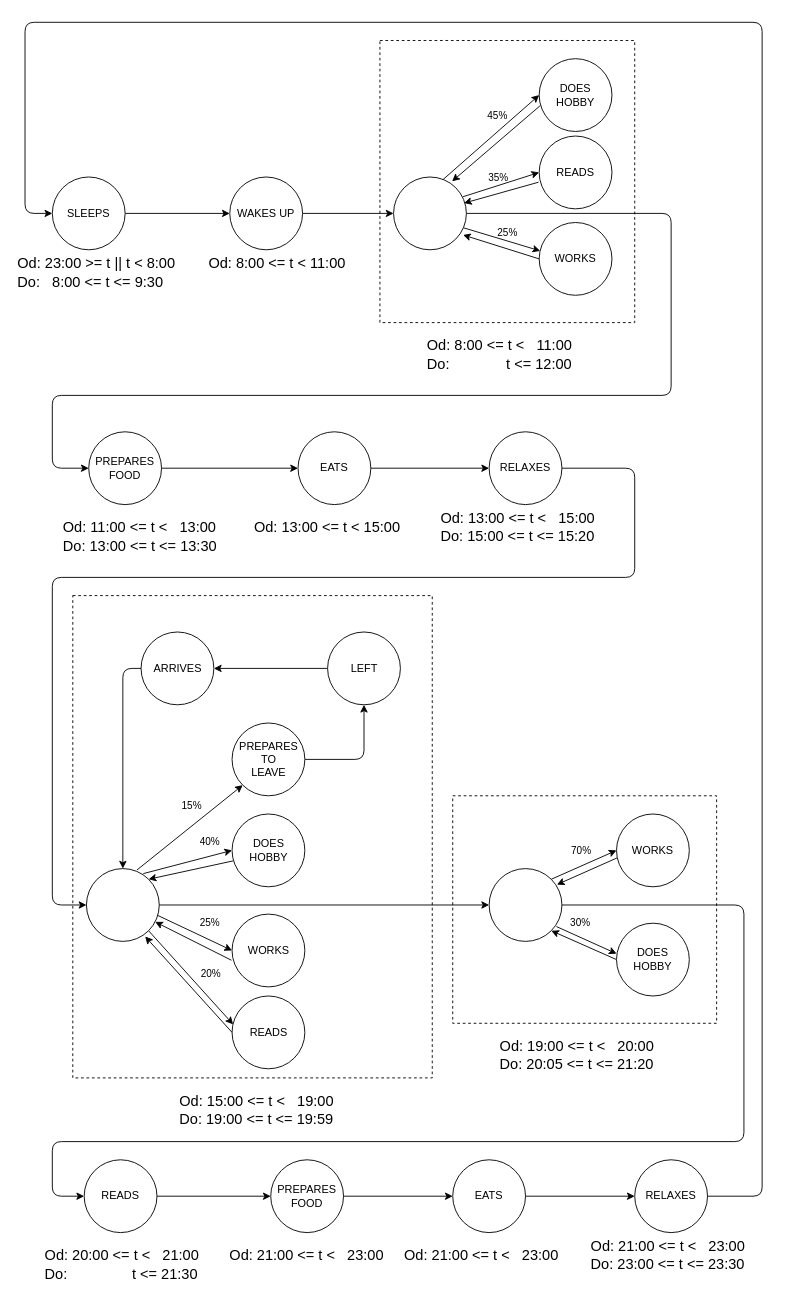
The draw.io diagram Imgs/Simulation-Inhabitant-weekend-behavior.drawio in MartinZelenak/IBT-SmartHome-MAS-Interaction-Prediction, before the edit. Source tidied: cells renumbered, new cells numbered last; positions are measured from the earlier drawing's top-left corner, leaving out a move shared by most shapes. Both pictures are drawn from the tidied source at 91%, with x=0, y=0 at pixel (15, 22).
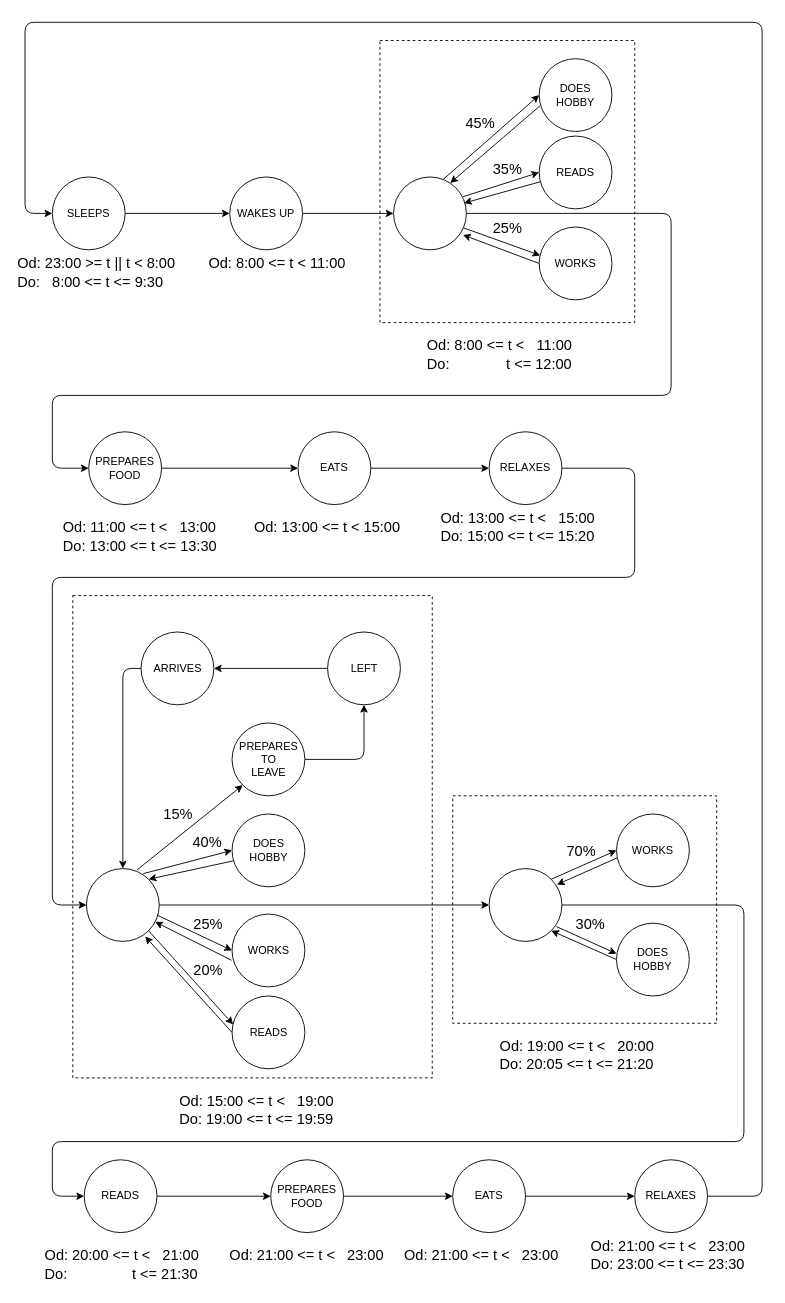
The same diagram, later.

Unchanged cells that the change refers to:
```xml
<mxCell id="10" value="READS" style="ellipse;whiteSpace=wrap;html=1;" parent="1" vertex="1">
  <mxGeometry x="575" y="125" width="80" height="80" as="geometry" />
</mxCell>
<mxCell id="13" value="DOES&lt;br&gt;HOBBY" style="ellipse;whiteSpace=wrap;html=1;" parent="1" vertex="1">
  <mxGeometry x="575" y="40" width="80" height="80" as="geometry" />
</mxCell>
<mxCell id="20" style="edgeStyle=none;html=1;exitX=0.667;exitY=0.046;exitDx=0;exitDy=0;entryX=0;entryY=0.5;entryDx=0;entryDy=0;exitPerimeter=0;" parent="1" edge="1" source="27" target="13">
  <mxGeometry relative="1" as="geometry" />
</mxCell>
<mxCell id="22" style="edgeStyle=none;html=1;exitX=0.954;exitY=0.271;exitDx=0;exitDy=0;entryX=0;entryY=0.5;entryDx=0;entryDy=0;exitPerimeter=0;" parent="1" edge="1" source="27" target="10">
  <mxGeometry relative="1" as="geometry" />
</mxCell>
<mxCell id="24" style="edgeStyle=none;html=1;exitX=0.954;exitY=0.696;exitDx=0;exitDy=0;exitPerimeter=0;entryX=0.015;entryY=0.39;entryDx=0;entryDy=0;entryPerimeter=0;" parent="1" edge="1" source="27" target="11">
  <mxGeometry relative="1" as="geometry" />
</mxCell>
<mxCell id="27" style="ellipse;whiteSpace=wrap;html=1;" parent="1" vertex="1">
  <mxGeometry x="415" y="170" width="80" height="80" as="geometry" />
</mxCell>
<mxCell id="41" style="edgeStyle=none;html=1;exitX=0.781;exitY=0.069;exitDx=0;exitDy=0;entryX=0;entryY=0.5;entryDx=0;entryDy=0;exitPerimeter=0;" parent="1" edge="1" source="50" target="40">
  <mxGeometry relative="1" as="geometry" />
</mxCell>
<mxCell id="43" style="edgeStyle=none;html=1;exitX=0.981;exitY=0.644;exitDx=0;exitDy=0;entryX=0;entryY=0.5;entryDx=0;entryDy=0;exitPerimeter=0;" parent="1" edge="1" source="50" target="37">
  <mxGeometry relative="1" as="geometry" />
</mxCell>
<mxCell id="45" style="edgeStyle=none;html=1;exitX=1;exitY=1;exitDx=0;exitDy=0;entryX=0.015;entryY=0.39;entryDx=0;entryDy=0;entryPerimeter=0;" parent="1" edge="1" source="50" target="38">
  <mxGeometry relative="1" as="geometry" />
</mxCell>
<mxCell id="47" style="edgeStyle=none;html=1;exitX=0.694;exitY=0.019;exitDx=0;exitDy=0;entryX=0;entryY=1;entryDx=0;entryDy=0;exitPerimeter=0;" parent="1" edge="1" source="50" target="53">
  <mxGeometry relative="1" as="geometry" />
</mxCell>
<mxCell id="58" style="edgeStyle=none;html=1;exitX=1;exitY=0;exitDx=0;exitDy=0;entryX=0;entryY=0.5;entryDx=0;entryDy=0;" parent="1" edge="1" source="63" target="64">
  <mxGeometry relative="1" as="geometry" />
</mxCell>
<mxCell id="60" style="edgeStyle=none;html=1;exitX=0.924;exitY=0.796;exitDx=0;exitDy=0;entryX=0.001;entryY=0.419;entryDx=0;entryDy=0;entryPerimeter=0;exitPerimeter=0;" parent="1" edge="1" source="63" target="67">
  <mxGeometry relative="1" as="geometry" />
</mxCell>
```

The edit, as a diff of the source:
```diff
@@
-    <mxCell id="8" style="edgeStyle=none;html=1;exitX=0.015;exitY=0.644;exitDx=0;exitDy=0;entryX=0.804;entryY=0.059;entryDx=0;entryDy=0;exitPerimeter=0;entryPerimeter=0;" parent="1" edge="1" source="13" target="27">
+    <mxCell id="8" style="edgeStyle=none;html=1;exitX=0.015;exitY=0.644;exitDx=0;exitDy=0;entryX=0.778;entryY=0.083;entryDx=0;entryDy=0;exitPerimeter=0;entryPerimeter=0;" parent="1" edge="1" source="13" target="27">
       <mxGeometry relative="1" as="geometry" />
     </mxCell>
-    <mxCell id="9" style="edgeStyle=none;html=1;exitX=-0.008;exitY=0.634;exitDx=0;exitDy=0;entryX=0.967;entryY=0.359;entryDx=0;entryDy=0;entryPerimeter=0;exitPerimeter=0;" parent="1" edge="1" source="10" target="27">
+    <mxCell id="9" style="edgeStyle=none;html=1;exitX=0.011;exitY=0.629;exitDx=0;exitDy=0;entryX=0.967;entryY=0.359;entryDx=0;entryDy=0;entryPerimeter=0;exitPerimeter=0;" parent="1" edge="1" source="10" target="27">
       <mxGeometry relative="1" as="geometry" />
     </mxCell>
@@
     <mxCell id="11" value="WORKS" style="ellipse;whiteSpace=wrap;html=1;" parent="1" vertex="1">
-      <mxGeometry x="575" y="220" width="80" height="80" as="geometry" />
+      <mxGeometry x="575" y="225" width="80" height="80" as="geometry" />
     </mxCell>
@@
-    <mxCell id="21" value="45%" style="edgeLabel;html=1;align=center;verticalAlign=middle;labelBackgroundColor=none;" parent="20" vertex="1">
+    <mxCell id="21" value="45%" style="edgeLabel;html=1;align=center;verticalAlign=middle;labelBackgroundColor=none;fontSize=16;" parent="20" vertex="1">
       <mxGeometry x="-0.19" y="-1" relative="1" as="geometry">
-        <mxPoint x="17" y="-34" as="offset" />
+        <mxPoint x="-2" y="-26" as="offset" />
       </mxGeometry>
     </mxCell>
@@
-    <mxCell id="23" value="35%" style="edgeLabel;html=1;align=center;verticalAlign=middle;labelBackgroundColor=none;" parent="22" vertex="1">
+    <mxCell id="23" value="35%" style="edgeLabel;html=1;align=center;verticalAlign=middle;labelBackgroundColor=none;fontSize=16;" parent="22" vertex="1">
       <mxGeometry x="-0.47" y="-2" relative="1" as="geometry">
-        <mxPoint x="16" y="-16" as="offset" />
+        <mxPoint x="26" y="-26" as="offset" />
       </mxGeometry>
     </mxCell>
@@
-    <mxCell id="25" value="25%" style="edgeLabel;html=1;align=center;verticalAlign=middle;labelBackgroundColor=none;" parent="24" vertex="1">
+    <mxCell id="25" value="25%" style="edgeLabel;html=1;align=center;verticalAlign=middle;labelBackgroundColor=none;fontSize=16;" parent="24" vertex="1">
       <mxGeometry x="-0.24" relative="1" as="geometry">
-        <mxPoint x="16" y="-5" as="offset" />
+        <mxPoint x="16" y="-12" as="offset" />
       </mxGeometry>
     </mxCell>
@@
-    <mxCell id="42" value="40%" style="edgeLabel;html=1;align=center;verticalAlign=middle;labelBackgroundColor=none;" parent="41" vertex="1">
+    <mxCell id="42" value="40%" style="edgeLabel;html=1;align=center;verticalAlign=middle;labelBackgroundColor=none;fontSize=16;" parent="41" vertex="1">
       <mxGeometry x="-0.19" y="-1" relative="1" as="geometry">
-        <mxPoint x="33" y="-26" as="offset" />
+        <mxPoint x="30" y="-26" as="offset" />
       </mxGeometry>
     </mxCell>
@@
-    <mxCell id="44" value="25%" style="edgeLabel;html=1;align=center;verticalAlign=middle;labelBackgroundColor=none;" parent="43" vertex="1">
+    <mxCell id="44" value="25%" style="edgeLabel;html=1;align=center;verticalAlign=middle;labelBackgroundColor=none;fontSize=16;" parent="43" vertex="1">
       <mxGeometry x="-0.47" y="-2" relative="1" as="geometry">
-        <mxPoint x="36" y="-4" as="offset" />
+        <mxPoint x="34" y="-3" as="offset" />
       </mxGeometry>
     </mxCell>
@@
-    <mxCell id="46" value="20%" style="edgeLabel;html=1;align=center;verticalAlign=middle;labelBackgroundColor=none;" parent="45" vertex="1">
+    <mxCell id="46" value="20%" style="edgeLabel;html=1;align=center;verticalAlign=middle;labelBackgroundColor=none;fontSize=16;" parent="45" vertex="1">
       <mxGeometry x="-0.24" relative="1" as="geometry">
-        <mxPoint x="32" y="8" as="offset" />
+        <mxPoint x="29" y="3" as="offset" />
       </mxGeometry>
     </mxCell>
@@
-    <mxCell id="48" value="15%" style="edgeLabel;html=1;align=center;verticalAlign=middle;labelBackgroundColor=none;" parent="47" vertex="1">
+    <mxCell id="48" value="15%" style="edgeLabel;html=1;align=center;verticalAlign=middle;labelBackgroundColor=none;fontSize=16;" parent="47" vertex="1">
       <mxGeometry x="0.27" y="-3" relative="1" as="geometry">
-        <mxPoint x="-16" y="-14" as="offset" />
+        <mxPoint x="-31" y="-5" as="offset" />
       </mxGeometry>
     </mxCell>
@@
-    <mxCell id="59" value="70%" style="edgeLabel;html=1;align=center;verticalAlign=middle;labelBackgroundColor=none;" parent="58" vertex="1">
+    <mxCell id="59" value="70%" style="edgeLabel;html=1;align=center;verticalAlign=middle;labelBackgroundColor=none;fontSize=16;" parent="58" vertex="1">
       <mxGeometry x="0.24" y="2" relative="1" as="geometry">
         <mxPoint x="-12" y="-10" as="offset" />
       </mxGeometry>
     </mxCell>
@@
-    <mxCell id="61" value="30%" style="edgeLabel;html=1;align=center;verticalAlign=middle;labelBackgroundColor=none;" parent="60" vertex="1">
+    <mxCell id="61" value="30%" style="edgeLabel;html=1;align=center;verticalAlign=middle;labelBackgroundColor=none;fontSize=16;" parent="60" vertex="1">
       <mxGeometry x="0.26" relative="1" as="geometry">
-        <mxPoint x="-16" y="-23" as="offset" />
+        <mxPoint x="-5" y="-22" as="offset" />
       </mxGeometry>
     </mxCell>
```
